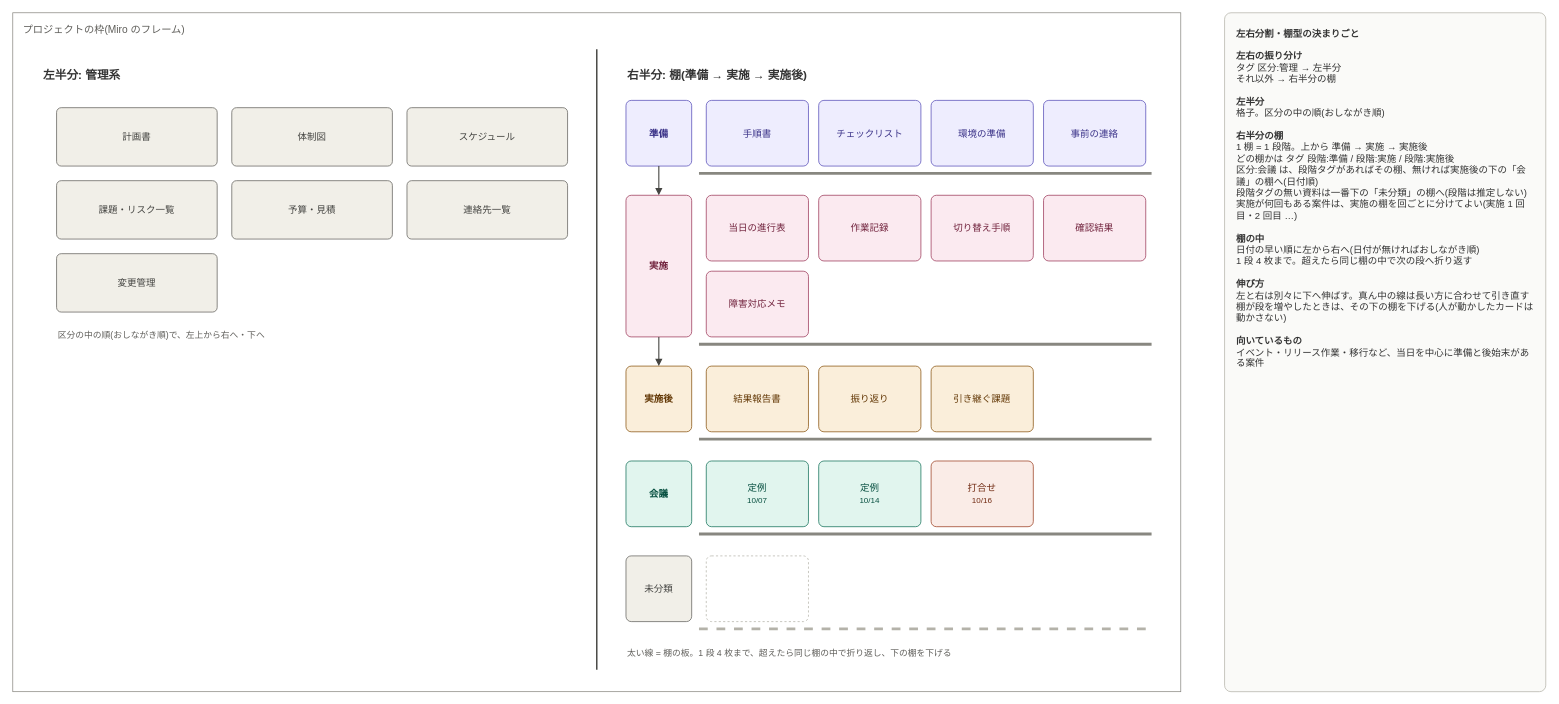
The draw.io diagram page "採用: 左右分割・棚型" (3 of 12) of docs/miro-layouts/miro-layouts.drawio in EARCE9000/document-manager, before the edit. Source tidied: cells renumbered, new cells numbered last; positions are measured from the earlier drawing's top-left corner, leaving out a move shared by most shapes. Both pictures are drawn from the tidied source at 73%, with x=0, y=0 at pixel (12, 12).
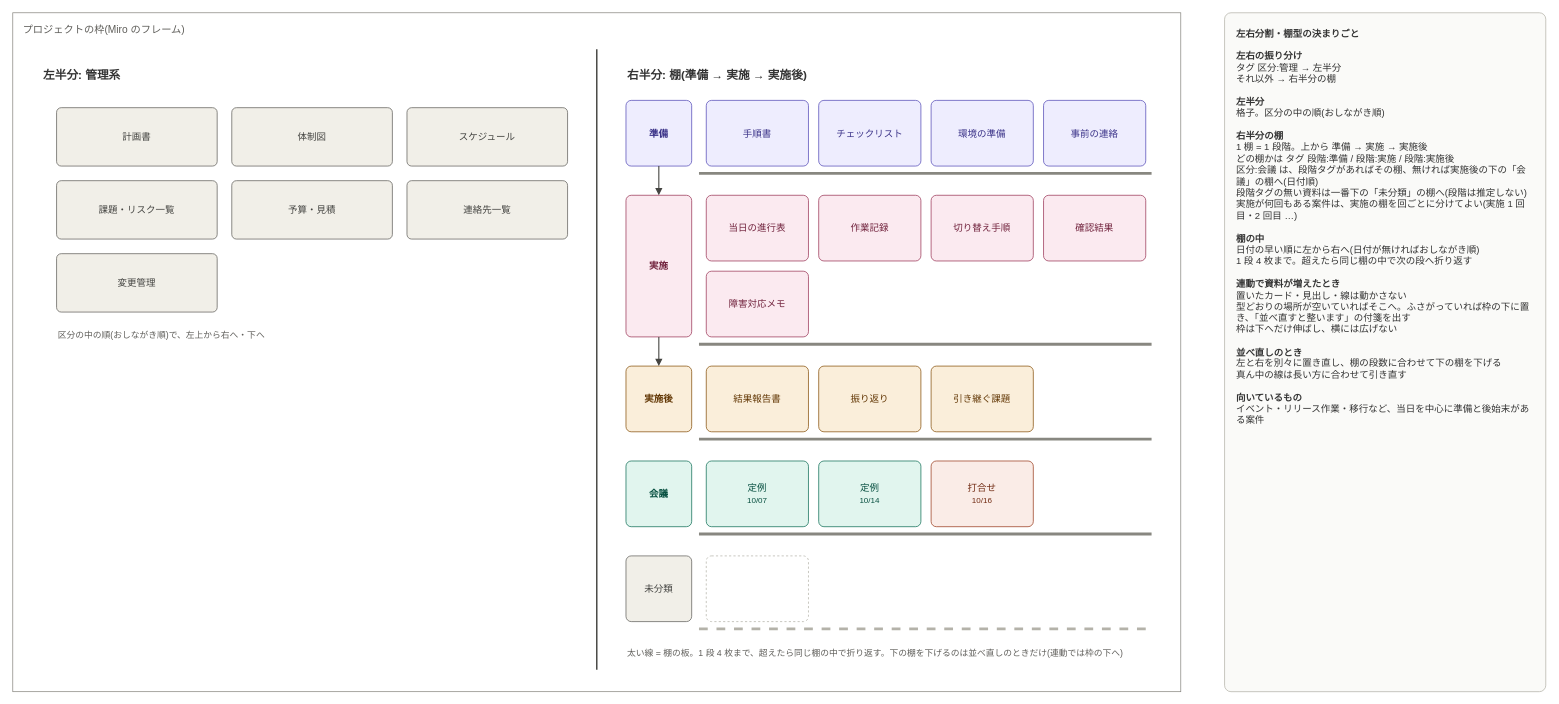
The same page after the edit.

The edit, as a diff of the source:
```diff
@@
-    <mxCell id="42" value="太い線 = 棚の板。1 段 4 枚まで、超えたら同じ棚の中で折り返し、下の棚を下げる" style="text;html=1;align=left;verticalAlign=middle;whiteSpace=wrap;fontSize=12;fontStyle=0;fontColor=#5F5E5A;" parent="1" vertex="1">
+    <mxCell id="42" value="太い線 = 棚の板。1 段 4 枚まで、超えたら同じ棚の中で折り返す。下の棚を下げるのは並べ直しのときだけ(連動では枠の下へ)" style="text;html=1;align=left;verticalAlign=middle;whiteSpace=wrap;fontSize=12;fontStyle=0;fontColor=#5F5E5A;" parent="1" vertex="1">
       <mxGeometry x="840" y="858" width="740" height="40" as="geometry" />
     </mxCell>
-    <mxCell id="43" value="&lt;b&gt;左右分割・棚型の決まりごと&lt;/b&gt;&lt;br&gt;&lt;br&gt;&lt;b&gt;左右の振り分け&lt;/b&gt;&lt;br&gt;タグ 区分:管理 → 左半分&lt;br&gt;それ以外 → 右半分の棚&lt;br&gt;&lt;br&gt;&lt;b&gt;左半分&lt;/b&gt;&lt;br&gt;格子。区分の中の順(おしながき順)&lt;br&gt;&lt;br&gt;&lt;b&gt;右半分の棚&lt;/b&gt;&lt;br&gt;1 棚 = 1 段階。上から 準備 → 実施 → 実施後&lt;br&gt;どの棚かは タグ 段階:準備 / 段階:実施 / 段階:実施後&lt;br&gt;区分:会議 は、段階タグがあればその棚、無ければ実施後の下の「会議」の棚へ(日付順)&lt;br&gt;段階タグの無い資料は一番下の「未分類」の棚へ(段階は推定しない)&lt;br&gt;実施が何回もある案件は、実施の棚を回ごとに分けてよい(実施 1 回目・2 回目 …)&lt;br&gt;&lt;br&gt;&lt;b&gt;棚の中&lt;/b&gt;&lt;br&gt;日付の早い順に左から右へ(日付が無ければおしながき順)&lt;br&gt;1 段 4 枚まで。超えたら同じ棚の中で次の段へ折り返す&lt;br&gt;&lt;br&gt;&lt;b&gt;伸び方&lt;/b&gt;&lt;br&gt;左と右は別々に下へ伸ばす。真ん中の線は長い方に合わせて引き直す&lt;br&gt;棚が段を増やしたときは、その下の棚を下げる(人が動かしたカードは動かさない)&lt;br&gt;&lt;br&gt;&lt;b&gt;向いているもの&lt;/b&gt;&lt;br&gt;イベント・リリース作業・移行など、当日を中心に準備と後始末がある案件" style="rounded=1;arcSize=2;whiteSpace=wrap;html=1;align=left;verticalAlign=top;spacing=16;fillColor=#FAFAF8;strokeColor=#B4B2A9;fontSize=13;fontColor=#333333;" parent="1" vertex="1">
+    <mxCell id="43" value="&lt;b&gt;左右分割・棚型の決まりごと&lt;/b&gt;&lt;br&gt;&lt;br&gt;&lt;b&gt;左右の振り分け&lt;/b&gt;&lt;br&gt;タグ 区分:管理 → 左半分&lt;br&gt;それ以外 → 右半分の棚&lt;br&gt;&lt;br&gt;&lt;b&gt;左半分&lt;/b&gt;&lt;br&gt;格子。区分の中の順(おしながき順)&lt;br&gt;&lt;br&gt;&lt;b&gt;右半分の棚&lt;/b&gt;&lt;br&gt;1 棚 = 1 段階。上から 準備 → 実施 → 実施後&lt;br&gt;どの棚かは タグ 段階:準備 / 段階:実施 / 段階:実施後&lt;br&gt;区分:会議 は、段階タグがあればその棚、無ければ実施後の下の「会議」の棚へ(日付順)&lt;br&gt;段階タグの無い資料は一番下の「未分類」の棚へ(段階は推定しない)&lt;br&gt;実施が何回もある案件は、実施の棚を回ごとに分けてよい(実施 1 回目・2 回目 …)&lt;br&gt;&lt;br&gt;&lt;b&gt;棚の中&lt;/b&gt;&lt;br&gt;日付の早い順に左から右へ(日付が無ければおしながき順)&lt;br&gt;1 段 4 枚まで。超えたら同じ棚の中で次の段へ折り返す&lt;br&gt;&lt;br&gt;&lt;b&gt;連動で資料が増えたとき&lt;/b&gt;&lt;br&gt;置いたカード・見出し・線は動かさない&lt;br&gt;型どおりの場所が空いていればそこへ。ふさがっていれば枠の下に置き、「並べ直すと整います」の付箋を出す&lt;br&gt;枠は下へだけ伸ばし、横には広げない&lt;br&gt;&lt;br&gt;&lt;b&gt;並べ直しのとき&lt;/b&gt;&lt;br&gt;左と右を別々に置き直し、棚の段数に合わせて下の棚を下げる&lt;br&gt;真ん中の線は長い方に合わせて引き直す&lt;br&gt;&lt;br&gt;&lt;b&gt;向いているもの&lt;/b&gt;&lt;br&gt;イベント・リリース作業・移行など、当日を中心に準備と後始末がある案件" style="rounded=1;arcSize=2;whiteSpace=wrap;html=1;align=left;verticalAlign=top;spacing=16;fillColor=#FAFAF8;strokeColor=#B4B2A9;fontSize=13;fontColor=#333333;" parent="1" vertex="1">
       <mxGeometry x="1660" width="440" height="930" as="geometry" />
     </mxCell>
```
